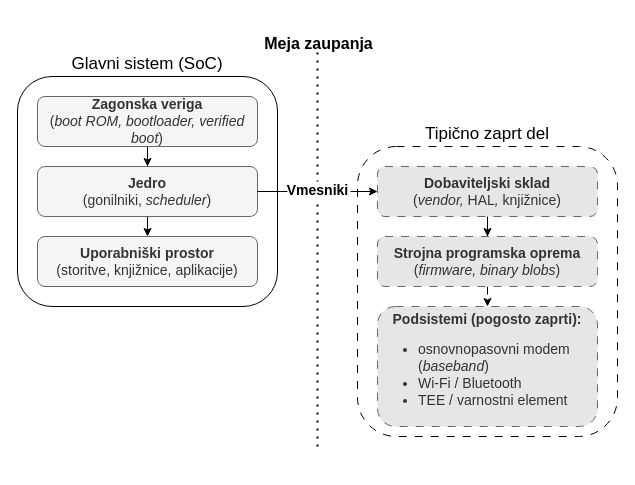
Before: drawio/arhitektura_telefona.drawio in zeko9381/diplomska, a draw.io diagram. Source tidied: cells renumbered, new cells numbered last; positions are measured from the earlier drawing's top-left corner, leaving out a move shared by most shapes. Both pictures are drawn from the tidied source at 100%, with x=0, y=0 at pixel (17, 46).
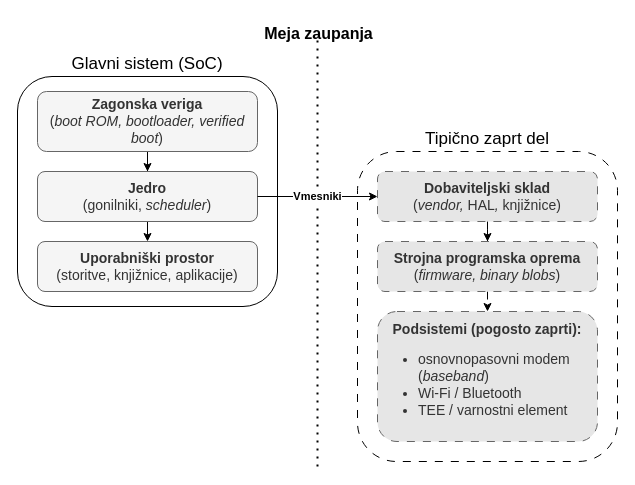
The same diagram, later.

Diff of the diagram source:
```diff
@@
-    <mxCell id="2" style="group;" parent="1" vertex="1">
-      <mxGeometry x="340" y="100" width="260" height="290" as="geometry" />
+    <mxCell id="2" style="group;fontFamily=Helvetica;" parent="1" vertex="1">
+      <mxGeometry x="340" y="105" width="260" height="310" as="geometry" />
     </mxCell>
-    <mxCell id="3" value="&lt;font face=&quot;Liberation Sans&quot; style=&quot;font-size: 17px;&quot;&gt;Tipično zaprt del&lt;/font&gt;" style="rounded=1;whiteSpace=wrap;html=1;labelPosition=center;verticalLabelPosition=top;align=center;verticalAlign=bottom;fontSize=16;spacing=2;glass=0;perimeterSpacing=0;fillColor=none;rotation=0;dashed=1;dashPattern=8 8;" parent="2" vertex="1">
-      <mxGeometry width="260" height="290" as="geometry" />
+    <mxCell id="3" value="&lt;font style=&quot;font-size: 17px;&quot;&gt;Tipično zaprt del&lt;/font&gt;" style="rounded=1;whiteSpace=wrap;html=1;labelPosition=center;verticalLabelPosition=top;align=center;verticalAlign=bottom;fontSize=16;spacing=2;glass=0;perimeterSpacing=0;fillColor=none;rotation=0;dashed=1;dashPattern=8 8;fontFamily=Helvetica;" parent="2" vertex="1">
+      <mxGeometry width="260" height="310" as="geometry" />
     </mxCell>
-    <mxCell id="4" style="edgeStyle=orthogonalEdgeStyle;rounded=0;jettySize=auto;html=1;dashed=1;dashPattern=8 8;" parent="2" edge="1" source="5" target="7">
+    <mxCell id="4" style="edgeStyle=orthogonalEdgeStyle;rounded=0;jettySize=auto;html=1;dashed=1;dashPattern=8 8;fontFamily=Helvetica;" parent="2" edge="1" source="5" target="7">
       <mxGeometry relative="1" as="geometry" />
     </mxCell>
-    <mxCell id="5" value="&lt;div&gt;&lt;font face=&quot;Liberation Sans&quot;&gt;&lt;b&gt;Dobaviteljski sklad&lt;/b&gt;&lt;/font&gt;&lt;/div&gt;&lt;div&gt;&lt;font face=&quot;Liberation Sans&quot;&gt;(&lt;/font&gt;&lt;i&gt;&lt;font face=&quot;Liberation Sans&quot;&gt;vendor&lt;/font&gt;&lt;/i&gt;&lt;font face=&quot;Liberation Sans&quot;&gt;&lt;i&gt;, &lt;/i&gt;HAL&lt;i&gt;, &lt;/i&gt;knjižnice)&lt;/font&gt;&lt;/div&gt;" style="rounded=1;whiteSpace=wrap;html=1;fillStyle=auto;fillColor=#E6E6E6;fontColor=#333333;strokeColor=#666666;dashed=1;dashPattern=8 8;fontSize=14;" parent="2" vertex="1">
+    <mxCell id="5" value="&lt;div&gt;&lt;font&gt;&lt;b&gt;Dobaviteljski sklad&lt;/b&gt;&lt;/font&gt;&lt;/div&gt;&lt;div&gt;&lt;font&gt;(&lt;/font&gt;&lt;i&gt;&lt;font&gt;vendor&lt;/font&gt;&lt;/i&gt;&lt;font&gt;&lt;i&gt;, &lt;/i&gt;HAL&lt;i&gt;, &lt;/i&gt;knjižnice)&lt;/font&gt;&lt;/div&gt;" style="rounded=1;whiteSpace=wrap;html=1;fillStyle=auto;fillColor=#E6E6E6;fontColor=#333333;strokeColor=#666666;dashed=1;dashPattern=8 8;fontSize=14;fontFamily=Helvetica;" parent="2" vertex="1">
       <mxGeometry x="20" y="20" width="220" height="50" as="geometry" />
     </mxCell>
-    <mxCell id="6" style="edgeStyle=orthogonalEdgeStyle;rounded=0;jettySize=auto;html=1;exitX=0.5;exitY=1;exitDx=0;exitDy=0;entryX=0.5;entryY=0;entryDx=0;entryDy=0;dashed=1;dashPattern=8 8;" parent="2" edge="1" source="7" target="8">
+    <mxCell id="6" style="edgeStyle=orthogonalEdgeStyle;rounded=0;jettySize=auto;html=1;exitX=0.5;exitY=1;exitDx=0;exitDy=0;entryX=0.5;entryY=0;entryDx=0;entryDy=0;dashed=1;dashPattern=8 8;fontFamily=Helvetica;" parent="2" edge="1" source="7" target="8">
       <mxGeometry relative="1" as="geometry" />
     </mxCell>
-    <mxCell id="7" value="&lt;div&gt;&lt;font face=&quot;Liberation Sans&quot;&gt;&lt;b&gt;Strojna programska oprema&lt;/b&gt;&lt;/font&gt;&lt;/div&gt;&lt;div&gt;&lt;font face=&quot;Liberation Sans&quot;&gt;(&lt;i&gt;firmware, binary blobs&lt;/i&gt;)&lt;/font&gt;&lt;/div&gt;" style="rounded=1;whiteSpace=wrap;html=1;fillStyle=auto;fillColor=#E6E6E6;fontColor=#333333;strokeColor=#666666;dashed=1;dashPattern=8 8;fontSize=14;" parent="2" vertex="1">
+    <mxCell id="7" value="&lt;div&gt;&lt;font&gt;&lt;b&gt;Strojna programska oprema&lt;/b&gt;&lt;/font&gt;&lt;/div&gt;&lt;div&gt;&lt;font&gt;(&lt;i&gt;firmware, binary blobs&lt;/i&gt;)&lt;/font&gt;&lt;/div&gt;" style="rounded=1;whiteSpace=wrap;html=1;fillStyle=auto;fillColor=#E6E6E6;fontColor=#333333;strokeColor=#666666;dashed=1;dashPattern=8 8;fontSize=14;fontFamily=Helvetica;" parent="2" vertex="1">
       <mxGeometry x="20" y="90" width="220" height="50" as="geometry" />
     </mxCell>
-    <mxCell id="8" value="&lt;div&gt;&lt;font face=&quot;Liberation Sans&quot;&gt;&lt;b&gt;Podsistemi (pogosto zaprti):&lt;/b&gt;&lt;/font&gt;&lt;br&gt;&lt;div align=&quot;left&quot;&gt;&lt;ul&gt;&lt;li&gt;&lt;font face=&quot;Liberation Sans&quot;&gt;osnovnopasovni modem (&lt;i&gt;baseband&lt;/i&gt;)&amp;nbsp;&amp;nbsp;&lt;/font&gt;&lt;/li&gt;&lt;li&gt;&lt;font face=&quot;Liberation Sans&quot;&gt;Wi-Fi / Bluetooth&lt;/font&gt;&lt;/li&gt;&lt;li&gt;&lt;font face=&quot;Liberation Sans&quot;&gt;TEE / varnostni element&lt;/font&gt;&lt;/li&gt;&lt;/ul&gt;&lt;/div&gt;&lt;/div&gt;" style="rounded=1;whiteSpace=wrap;html=1;fillStyle=auto;fillColor=#E6E6E6;fontColor=#333333;strokeColor=#666666;dashed=1;dashPattern=8 8;fontSize=14;" parent="2" vertex="1">
-      <mxGeometry x="20" y="160" width="220" height="120" as="geometry" />
+    <mxCell id="8" value="&lt;div&gt;&lt;font&gt;&lt;b&gt;Podsistemi (pogosto zaprti):&lt;/b&gt;&lt;/font&gt;&lt;br&gt;&lt;div align=&quot;left&quot;&gt;&lt;ul&gt;&lt;li&gt;&lt;font&gt;osnovnopasovni modem (&lt;i&gt;baseband&lt;/i&gt;)&amp;nbsp;&amp;nbsp;&lt;/font&gt;&lt;/li&gt;&lt;li&gt;&lt;font&gt;Wi-Fi / Bluetooth&lt;/font&gt;&lt;/li&gt;&lt;li&gt;&lt;font&gt;TEE / varnostni element&lt;/font&gt;&lt;/li&gt;&lt;/ul&gt;&lt;/div&gt;&lt;/div&gt;" style="rounded=1;whiteSpace=wrap;html=1;fillStyle=auto;fillColor=#E6E6E6;fontColor=#333333;strokeColor=#666666;dashed=1;dashPattern=8 8;fontSize=14;fontFamily=Helvetica;" parent="2" vertex="1">
+      <mxGeometry x="20" y="160" width="220" height="130" as="geometry" />
     </mxCell>
-    <mxCell id="9" style="endArrow=none;dashed=1;html=1;dashPattern=1 3;strokeWidth=2;rounded=0;" parent="1" edge="1">
+    <mxCell id="9" style="endArrow=none;dashed=1;html=1;dashPattern=1 3;strokeWidth=2;rounded=0;fontFamily=Helvetica;" parent="1" edge="1">
       <mxGeometry relative="1" as="geometry">
-        <mxPoint x="300" y="400" as="sourcePoint" />
-        <mxPoint x="300" as="targetPoint" />
+        <mxPoint x="300" y="420" as="sourcePoint" />
+        <mxPoint x="300" y="-10" as="targetPoint" />
       </mxGeometry>
     </mxCell>
-    <mxCell id="10" value="Meja zaupanja" style="edgeLabel;html=1;align=center;verticalAlign=top;fontFamily=Liberation Sans;fontStyle=1;fontSize=16;horizontal=1;rotation=0;spacingTop=0;spacing=2;spacingLeft=0;labelBackgroundColor=none;" parent="9" vertex="1">
+    <mxCell id="10" value="Meja zaupanja" style="edgeLabel;html=1;align=center;verticalAlign=top;fontFamily=Helvetica;fontStyle=1;fontSize=16;horizontal=1;rotation=0;spacingTop=0;spacing=2;spacingLeft=0;labelBackgroundColor=none;" parent="9" vertex="1">
       <mxGeometry x="0.02" y="4" relative="1" as="geometry">
-        <mxPoint x="4" y="-215" as="offset" />
+        <mxPoint x="4" y="-230" as="offset" />
       </mxGeometry>
     </mxCell>
-    <mxCell id="11" style="group;" parent="1" vertex="1">
+    <mxCell id="11" style="group;fontFamily=Helvetica;" parent="1" vertex="1">
       <mxGeometry y="30" width="260" height="230" as="geometry" />
     </mxCell>
-    <mxCell id="12" value="&lt;font face=&quot;Liberation Sans&quot; style=&quot;font-size: 17px;&quot;&gt;Glavni sistem (SoC)&lt;/font&gt;" style="rounded=1;whiteSpace=wrap;html=1;labelPosition=center;verticalLabelPosition=top;align=center;verticalAlign=bottom;fontSize=16;spacing=2;glass=0;perimeterSpacing=0;fillColor=none;rotation=0;" parent="11" vertex="1">
+    <mxCell id="12" value="&lt;font style=&quot;font-size: 17px;&quot;&gt;Glavni sistem (SoC)&lt;/font&gt;" style="rounded=1;whiteSpace=wrap;html=1;labelPosition=center;verticalLabelPosition=top;align=center;verticalAlign=bottom;fontSize=16;spacing=2;glass=0;perimeterSpacing=0;fillColor=none;rotation=0;fontFamily=Helvetica;" parent="11" vertex="1">
       <mxGeometry width="260" height="230" as="geometry" />
     </mxCell>
-    <mxCell id="13" style="edgeStyle=orthogonalEdgeStyle;rounded=0;jettySize=auto;html=1;" parent="11" edge="1" source="14" target="16">
+    <mxCell id="13" style="edgeStyle=orthogonalEdgeStyle;rounded=0;jettySize=auto;html=1;fontFamily=Helvetica;" parent="11" edge="1" source="14" target="16">
       <mxGeometry relative="1" as="geometry" />
     </mxCell>
-    <mxCell id="14" value="&lt;div&gt;&lt;font face=&quot;Liberation Sans&quot;&gt;&lt;b&gt;Zagonska veriga&lt;/b&gt;&lt;/font&gt;&lt;/div&gt;&lt;div&gt;&lt;font face=&quot;Liberation Sans&quot;&gt;(&lt;i&gt;boot ROM, bootloader, verified boot&lt;/i&gt;)&lt;/font&gt;&lt;/div&gt;" style="rounded=1;whiteSpace=wrap;html=1;fillStyle=auto;fillColor=#f5f5f5;fontColor=#333333;strokeColor=#666666;fontSize=14;" parent="11" vertex="1">
-      <mxGeometry x="20" y="20" width="220" height="50" as="geometry" />
+    <mxCell id="14" value="&lt;div&gt;&lt;font&gt;&lt;b&gt;Zagonska veriga&lt;/b&gt;&lt;/font&gt;&lt;/div&gt;&lt;div&gt;&lt;font&gt;(&lt;i&gt;boot ROM, bootloader, verified boot&lt;/i&gt;)&lt;/font&gt;&lt;/div&gt;" style="rounded=1;whiteSpace=wrap;html=1;fillStyle=auto;fillColor=#f5f5f5;fontColor=#333333;strokeColor=#666666;fontSize=14;fontFamily=Helvetica;" parent="11" vertex="1">
+      <mxGeometry x="20" y="15" width="220" height="60" as="geometry" />
     </mxCell>
-    <mxCell id="15" style="edgeStyle=orthogonalEdgeStyle;rounded=0;jettySize=auto;html=1;exitX=0.5;exitY=1;exitDx=0;exitDy=0;entryX=0.5;entryY=0;entryDx=0;entryDy=0;" parent="11" edge="1" source="16" target="17">
+    <mxCell id="15" style="edgeStyle=orthogonalEdgeStyle;rounded=0;jettySize=auto;html=1;exitX=0.5;exitY=1;exitDx=0;exitDy=0;entryX=0.5;entryY=0;entryDx=0;entryDy=0;fontFamily=Helvetica;" parent="11" edge="1" source="16" target="17">
       <mxGeometry relative="1" as="geometry" />
     </mxCell>
-    <mxCell id="16" value="&lt;div&gt;&lt;font face=&quot;Liberation Sans&quot;&gt;&lt;b&gt;Jedro&lt;/b&gt;&lt;/font&gt;&lt;/div&gt;&lt;div&gt;&lt;font face=&quot;Liberation Sans&quot;&gt;(gonilniki,&lt;i&gt; scheduler&lt;/i&gt;)&lt;/font&gt;&lt;/div&gt;" style="rounded=1;whiteSpace=wrap;html=1;fillStyle=auto;fillColor=#f5f5f5;fontColor=#333333;strokeColor=#666666;fontSize=14;" parent="11" vertex="1">
-      <mxGeometry x="20" y="90" width="220" height="50" as="geometry" />
+    <mxCell id="16" value="&lt;div&gt;&lt;font&gt;&lt;b&gt;Jedro&lt;/b&gt;&lt;/font&gt;&lt;/div&gt;&lt;div&gt;&lt;font&gt;(gonilniki,&lt;i&gt; scheduler&lt;/i&gt;)&lt;/font&gt;&lt;/div&gt;" style="rounded=1;whiteSpace=wrap;html=1;fillStyle=auto;fillColor=#f5f5f5;fontColor=#333333;strokeColor=#666666;fontSize=14;fontFamily=Helvetica;" parent="11" vertex="1">
+      <mxGeometry x="20" y="95" width="220" height="50" as="geometry" />
     </mxCell>
-    <mxCell id="17" value="&lt;div&gt;&lt;font face=&quot;Liberation Sans&quot;&gt;&lt;b&gt;Uporabniški prostor&lt;/b&gt;&lt;/font&gt;&lt;/div&gt;&lt;div&gt;&lt;font face=&quot;Liberation Sans&quot;&gt;(storitve, knjižnice, aplikacije)&lt;/font&gt;&lt;/div&gt;" style="rounded=1;whiteSpace=wrap;html=1;fillStyle=auto;fillColor=#f5f5f5;fontColor=#333333;strokeColor=#666666;fontSize=14;" parent="11" vertex="1">
-      <mxGeometry x="20" y="160" width="220" height="50" as="geometry" />
+    <mxCell id="17" value="&lt;div&gt;&lt;font&gt;&lt;b&gt;Uporabniški prostor&lt;/b&gt;&lt;/font&gt;&lt;/div&gt;&lt;div&gt;&lt;font&gt;(storitve, knjižnice, aplikacije)&lt;/font&gt;&lt;/div&gt;" style="rounded=1;whiteSpace=wrap;html=1;fillStyle=auto;fillColor=#f5f5f5;fontColor=#333333;strokeColor=#666666;fontSize=14;fontFamily=Helvetica;" parent="11" vertex="1">
+      <mxGeometry x="20" y="165" width="220" height="50" as="geometry" />
     </mxCell>
     <mxCell id="18" style="edgeStyle=orthogonalEdgeStyle;rounded=0;jettySize=auto;html=1;entryX=0;entryY=0.5;entryDx=0;entryDy=0;" parent="1" edge="1" source="16" target="5">
-      <mxGeometry relative="1" as="geometry">
-        <Array as="points">
-          <mxPoint x="320" y="145" />
-          <mxPoint x="320" y="145" />
-        </Array>
-      </mxGeometry>
+      <mxGeometry relative="1" as="geometry" />
     </mxCell>
-    <mxCell id="19" value="Vmesniki" style="edgeLabel;align=center;verticalAlign=middle;fontFamily=Liberation Sans;fontSize=14;fontStyle=1;labelBackgroundColor=default;labelBorderColor=none;spacing=0;" parent="18" vertex="1">
-      <mxGeometry x="0.47" y="-2" relative="1" as="geometry">
-        <mxPoint x="-28" y="-5" as="offset" />
-      </mxGeometry>
+    <mxCell id="19" value="Vmesniki" style="edgeLabel;html=1;align=center;verticalAlign=middle;labelBackgroundColor=default;fontStyle=1;" parent="18" vertex="1">
+      <mxGeometry x="-0.01" y="1" relative="1" as="geometry" />
     </mxCell>
```
